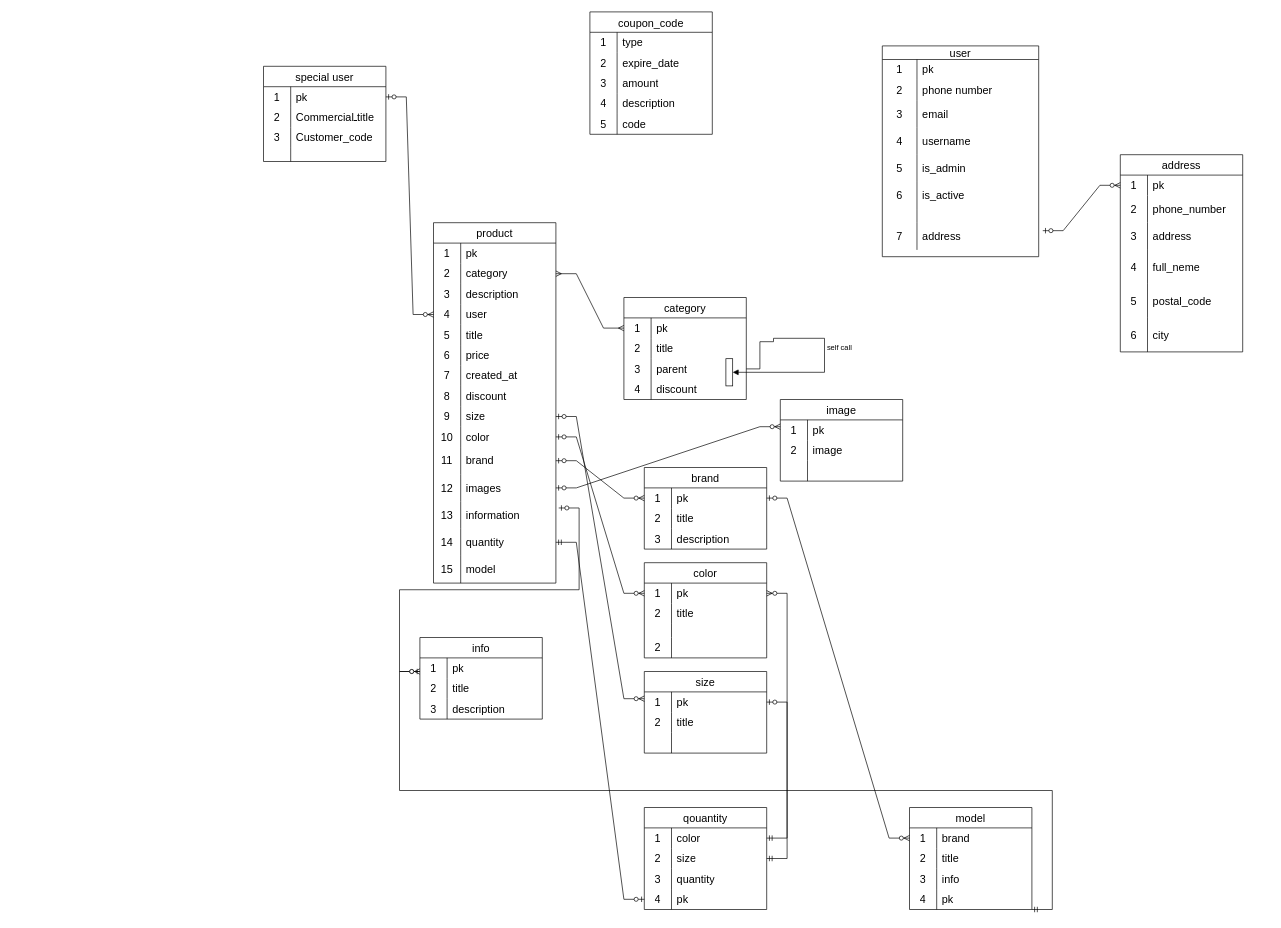
Before: shop.drawio in amir1rj/blog, a draw.io diagram. Source tidied: cells renumbered, new cells numbered last; positions are measured from the earlier drawing's top-left corner, leaving out a move shared by most shapes. Both pictures are drawn from the tidied source at 68%, with x=0, y=0 at pixel (263, 12).
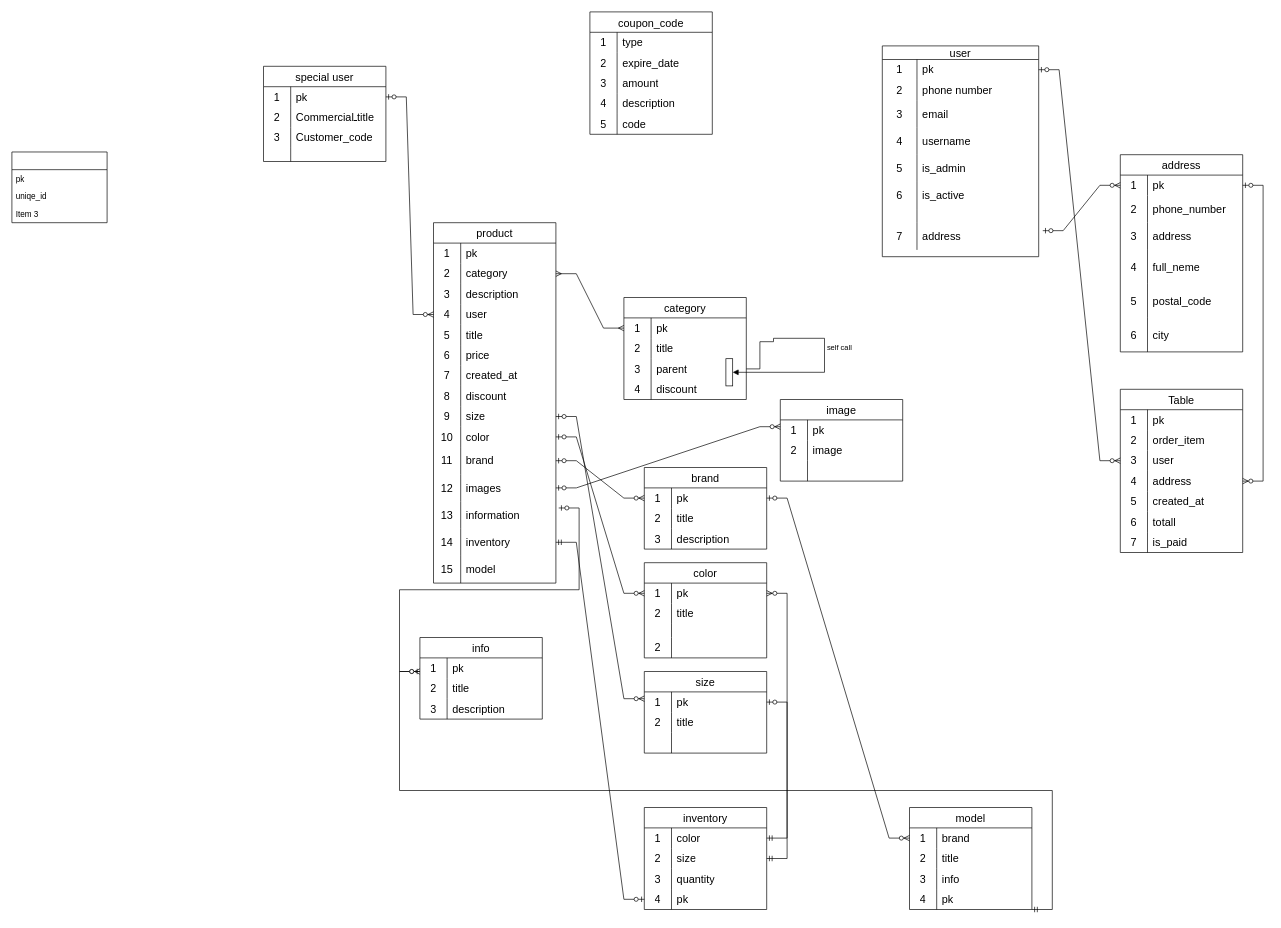
After the change.

Unchanged cells that the change refers to:
```xml
<mxCell id="3" style="shape=tableRow;horizontal=0;startSize=0;swimlaneHead=0;swimlaneBody=0;top=0;left=0;bottom=0;right=0;fillColor=none;points=[[0,0.5],[1,0.5]];portConstraint=eastwest;strokeColor=inherit;fontSize=16;" parent="2" vertex="1">
  <mxGeometry y="20" width="230" height="30" as="geometry" />
</mxCell>
<mxCell id="80" style="shape=tableRow;horizontal=0;startSize=0;swimlaneHead=0;swimlaneBody=0;top=0;left=0;bottom=0;right=0;fillColor=none;points=[[0,0.5],[1,0.5]];portConstraint=eastwest;strokeColor=inherit;fontSize=16;" parent="40" vertex="1">
  <mxGeometry y="450" width="180" height="40" as="geometry" />
</mxCell>
<mxCell id="103" style="shape=tableRow;horizontal=0;startSize=0;swimlaneHead=0;swimlaneBody=0;top=0;left=0;bottom=0;right=0;fillColor=none;points=[[0,0.5],[1,0.5]];portConstraint=eastwest;strokeColor=inherit;fontSize=16;" parent="102" vertex="1">
  <mxGeometry y="30" width="180" height="30" as="geometry" />
</mxCell>
```

What changed in the source:
```diff
@@
-    <mxCell id="82" value="quantity" style="shape=partialRectangle;html=1;whiteSpace=wrap;fillColor=none;top=0;left=0;bottom=0;right=0;align=left;spacingLeft=6;overflow=hidden;strokeColor=inherit;fontSize=16;" parent="80" vertex="1">
+    <mxCell id="82" value="inventory" style="shape=partialRectangle;html=1;whiteSpace=wrap;fillColor=none;top=0;left=0;bottom=0;right=0;align=left;spacingLeft=6;overflow=hidden;strokeColor=inherit;fontSize=16;" parent="80" vertex="1">
       <mxGeometry x="40" width="140" height="40" as="geometry" />
     </mxCell>
@@
-    <mxCell id="212" value="qouantity" style="shape=table;startSize=30;childLayout=tableLayout;rowLines=0;fontStyle=0;strokeColor=default;fontSize=16;" parent="1" vertex="1">
+    <mxCell id="212" value="inventory" style="shape=table;startSize=30;childLayout=tableLayout;rowLines=0;fontStyle=0;strokeColor=default;fontSize=16;" parent="1" vertex="1">
       <mxGeometry x="560" y="1170" width="180" height="150" as="geometry" />
     </mxCell>
@@
+    <mxCell id="228" style="swimlane;fontStyle=0;horizontal=1;startSize=26;fillColor=none;html=1;" parent="1" vertex="1">
+      <mxGeometry x="-370" y="206" width="140" height="104" as="geometry" />
+    </mxCell>
+    <mxCell id="229" value="pk" style="text;strokeColor=none;fillColor=none;align=left;verticalAlign=top;spacingLeft=4;spacingRight=4;overflow=hidden;whiteSpace=wrap;html=1;" parent="228" vertex="1">
+      <mxGeometry y="26" width="140" height="26" as="geometry" />
+    </mxCell>
+    <mxCell id="230" value="uniqe_id" style="text;strokeColor=none;fillColor=none;align=left;verticalAlign=top;spacingLeft=4;spacingRight=4;overflow=hidden;whiteSpace=wrap;html=1;" parent="228" vertex="1">
+      <mxGeometry y="52" width="140" height="26" as="geometry" />
+    </mxCell>
+    <mxCell id="231" value="Item 3" style="text;strokeColor=none;fillColor=none;align=left;verticalAlign=top;spacingLeft=4;spacingRight=4;overflow=hidden;whiteSpace=wrap;html=1;" parent="228" vertex="1">
+      <mxGeometry y="78" width="140" height="26" as="geometry" />
+    </mxCell>
+    <mxCell id="232" style="edgeStyle=entityRelationEdgeStyle;fontSize=12;html=1;endArrow=ERzeroToMany;startArrow=ERzeroToOne;rounded=0;exitX=1;exitY=0.5;exitDx=0;exitDy=0;entryX=0;entryY=0.5;entryDx=0;entryDy=0;" parent="1" edge="1" source="3" target="240">
+      <mxGeometry relative="1" as="geometry">
+        <Array as="points">
+          <mxPoint x="1240" y="595" />
+        </Array>
+      </mxGeometry>
+    </mxCell>
+    <mxCell id="233" value="Table" style="shape=table;startSize=30;childLayout=tableLayout;rowLines=0;fontStyle=0;strokeColor=default;fontSize=16;" parent="1" vertex="1">
+      <mxGeometry x="1260" y="555" width="180" height="240" as="geometry" />
+    </mxCell>
+    <mxCell id="234" style="shape=tableRow;horizontal=0;startSize=0;swimlaneHead=0;swimlaneBody=0;top=0;left=0;bottom=0;right=0;fillColor=none;strokeColor=inherit;fontSize=16;" parent="233" vertex="1">
+      <mxGeometry y="30" width="180" height="30" as="geometry" />
+    </mxCell>
+    <mxCell id="235" value="1" style="shape=partialRectangle;html=1;whiteSpace=wrap;fillColor=none;top=0;left=0;bottom=0;right=0;overflow=hidden;strokeColor=inherit;fontSize=16;" parent="234" vertex="1">
+      <mxGeometry width="40" height="30" as="geometry" />
+    </mxCell>
+    <mxCell id="236" value="pk" style="shape=partialRectangle;html=1;whiteSpace=wrap;fillColor=none;top=0;left=0;bottom=0;right=0;align=left;spacingLeft=6;overflow=hidden;strokeColor=inherit;fontSize=16;" parent="234" vertex="1">
+      <mxGeometry x="40" width="140" height="30" as="geometry" />
+    </mxCell>
+    <mxCell id="237" style="shape=tableRow;horizontal=0;startSize=0;swimlaneHead=0;swimlaneBody=0;top=0;left=0;bottom=0;right=0;fillColor=none;strokeColor=inherit;fontSize=16;" parent="233" vertex="1">
+      <mxGeometry y="60" width="180" height="30" as="geometry" />
+    </mxCell>
+    <mxCell id="238" value="2" style="shape=partialRectangle;html=1;whiteSpace=wrap;fillColor=none;top=0;left=0;bottom=0;right=0;overflow=hidden;strokeColor=inherit;fontSize=16;" parent="237" vertex="1">
+      <mxGeometry width="40" height="30" as="geometry" />
+    </mxCell>
+    <mxCell id="239" value="order_item" style="shape=partialRectangle;html=1;whiteSpace=wrap;fillColor=none;top=0;left=0;bottom=0;right=0;align=left;spacingLeft=6;overflow=hidden;strokeColor=inherit;fontSize=16;" parent="237" vertex="1">
+      <mxGeometry x="40" width="140" height="30" as="geometry" />
+    </mxCell>
+    <mxCell id="240" style="shape=tableRow;horizontal=0;startSize=0;swimlaneHead=0;swimlaneBody=0;top=0;left=0;bottom=0;right=0;fillColor=none;points=[[0,0.5],[1,0.5]];portConstraint=eastwest;strokeColor=inherit;fontSize=16;" parent="233" vertex="1">
+      <mxGeometry y="90" width="180" height="30" as="geometry" />
+    </mxCell>
+    <mxCell id="241" value="3" style="shape=partialRectangle;html=1;whiteSpace=wrap;fillColor=none;top=0;left=0;bottom=0;right=0;overflow=hidden;strokeColor=inherit;fontSize=16;" parent="240" vertex="1">
+      <mxGeometry width="40" height="30" as="geometry" />
+    </mxCell>
+    <mxCell id="242" value="user" style="shape=partialRectangle;html=1;whiteSpace=wrap;fillColor=none;top=0;left=0;bottom=0;right=0;align=left;spacingLeft=6;overflow=hidden;strokeColor=inherit;fontSize=16;" parent="240" vertex="1">
+      <mxGeometry x="40" width="140" height="30" as="geometry" />
+    </mxCell>
+    <mxCell id="243" style="shape=tableRow;horizontal=0;startSize=0;swimlaneHead=0;swimlaneBody=0;top=0;left=0;bottom=0;right=0;fillColor=none;points=[[0,0.5],[1,0.5]];portConstraint=eastwest;strokeColor=inherit;fontSize=16;" parent="233" vertex="1">
+      <mxGeometry y="120" width="180" height="30" as="geometry" />
+    </mxCell>
+    <mxCell id="244" value="4" style="shape=partialRectangle;html=1;whiteSpace=wrap;fillColor=none;top=0;left=0;bottom=0;right=0;overflow=hidden;strokeColor=inherit;fontSize=16;" parent="243" vertex="1">
+      <mxGeometry width="40" height="30" as="geometry" />
+    </mxCell>
+    <mxCell id="245" value="address" style="shape=partialRectangle;html=1;whiteSpace=wrap;fillColor=none;top=0;left=0;bottom=0;right=0;align=left;spacingLeft=6;overflow=hidden;strokeColor=inherit;fontSize=16;" parent="243" vertex="1">
+      <mxGeometry x="40" width="140" height="30" as="geometry" />
+    </mxCell>
+    <mxCell id="246" style="shape=tableRow;horizontal=0;startSize=0;swimlaneHead=0;swimlaneBody=0;top=0;left=0;bottom=0;right=0;fillColor=none;strokeColor=inherit;fontSize=16;" parent="233" vertex="1">
+      <mxGeometry y="150" width="180" height="30" as="geometry" />
+    </mxCell>
+    <mxCell id="247" value="5" style="shape=partialRectangle;html=1;whiteSpace=wrap;fillColor=none;top=0;left=0;bottom=0;right=0;overflow=hidden;strokeColor=inherit;fontSize=16;" parent="246" vertex="1">
+      <mxGeometry width="40" height="30" as="geometry" />
+    </mxCell>
+    <mxCell id="248" value="created_at" style="shape=partialRectangle;html=1;whiteSpace=wrap;fillColor=none;top=0;left=0;bottom=0;right=0;align=left;spacingLeft=6;overflow=hidden;strokeColor=inherit;fontSize=16;" parent="246" vertex="1">
+      <mxGeometry x="40" width="140" height="30" as="geometry" />
+    </mxCell>
+    <mxCell id="249" style="shape=tableRow;horizontal=0;startSize=0;swimlaneHead=0;swimlaneBody=0;top=0;left=0;bottom=0;right=0;fillColor=none;strokeColor=inherit;fontSize=16;" parent="233" vertex="1">
+      <mxGeometry y="180" width="180" height="30" as="geometry" />
+    </mxCell>
+    <mxCell id="250" value="6" style="shape=partialRectangle;html=1;whiteSpace=wrap;fillColor=none;top=0;left=0;bottom=0;right=0;overflow=hidden;strokeColor=inherit;fontSize=16;" parent="249" vertex="1">
+      <mxGeometry width="40" height="30" as="geometry" />
+    </mxCell>
+    <mxCell id="251" value="totall" style="shape=partialRectangle;html=1;whiteSpace=wrap;fillColor=none;top=0;left=0;bottom=0;right=0;align=left;spacingLeft=6;overflow=hidden;strokeColor=inherit;fontSize=16;" parent="249" vertex="1">
+      <mxGeometry x="40" width="140" height="30" as="geometry" />
+    </mxCell>
+    <mxCell id="252" style="shape=tableRow;horizontal=0;startSize=0;swimlaneHead=0;swimlaneBody=0;top=0;left=0;bottom=0;right=0;fillColor=none;strokeColor=inherit;fontSize=16;" parent="233" vertex="1">
+      <mxGeometry y="210" width="180" height="30" as="geometry" />
+    </mxCell>
+    <mxCell id="253" value="7" style="shape=partialRectangle;html=1;whiteSpace=wrap;fillColor=none;top=0;left=0;bottom=0;right=0;overflow=hidden;strokeColor=inherit;fontSize=16;" parent="252" vertex="1">
+      <mxGeometry width="40" height="30" as="geometry" />
+    </mxCell>
+    <mxCell id="254" value="is_paid" style="shape=partialRectangle;html=1;whiteSpace=wrap;fillColor=none;top=0;left=0;bottom=0;right=0;align=left;spacingLeft=6;overflow=hidden;strokeColor=inherit;fontSize=16;" parent="252" vertex="1">
+      <mxGeometry x="40" width="140" height="30" as="geometry" />
+    </mxCell>
+    <mxCell id="255" style="edgeStyle=entityRelationEdgeStyle;fontSize=12;html=1;endArrow=ERzeroToMany;startArrow=ERzeroToOne;rounded=0;entryX=1;entryY=0.5;entryDx=0;entryDy=0;exitX=1;exitY=0.5;exitDx=0;exitDy=0;" parent="1" edge="1" source="103" target="243">
+      <mxGeometry relative="1" as="geometry" />
+    </mxCell>
```
